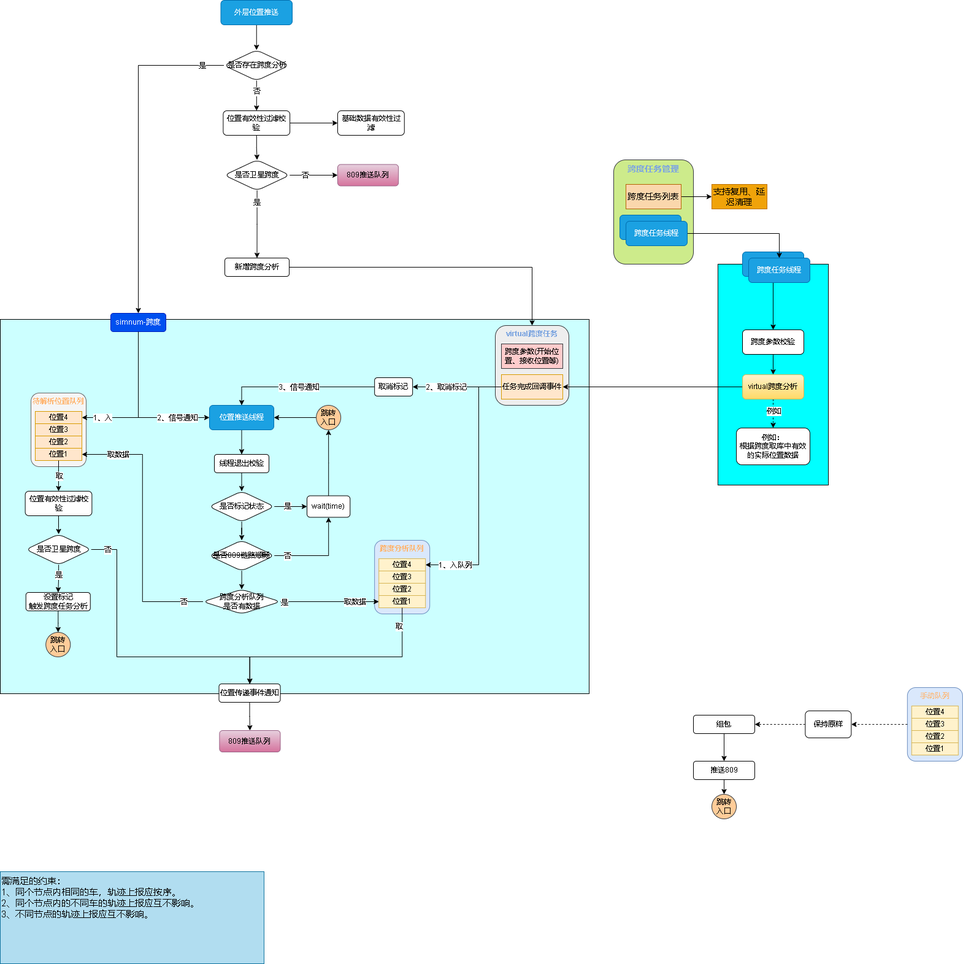
Before: 809数据跨度.drawio.png, a diagram exported from draw.io (xktder/draw). Source tidied: cells renumbered, new cells last; positions are measured from the earlier drawing's top-left corner, leaving out a move shared by most shapes.
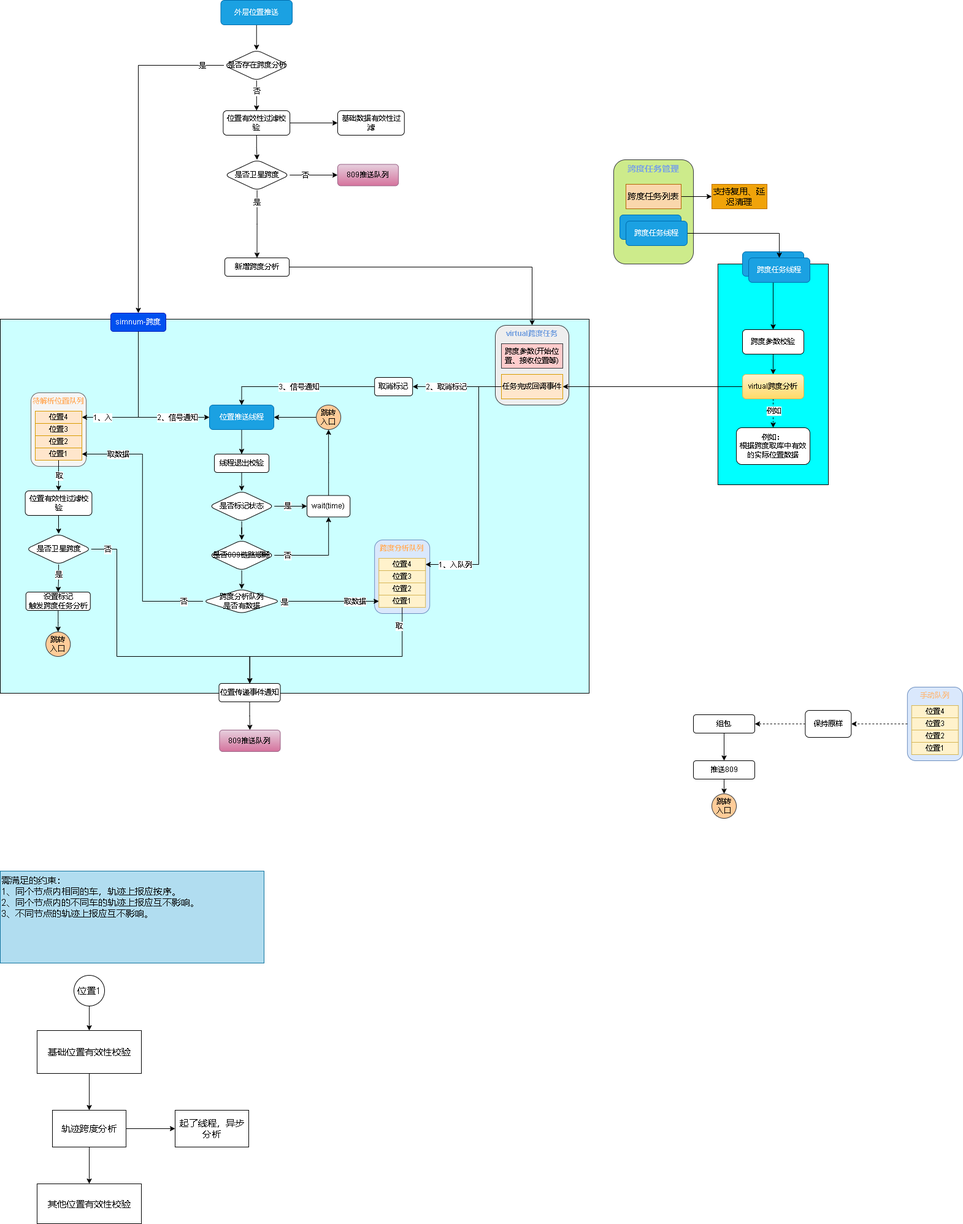
The same diagram one commit later.

Commit message:
更新809数据跨度.drawio.png

What changed in the source:
```diff
@@ -420,5 +420,32 @@
     <mxCell id="122" value="&lt;font style=&quot;font-size: 15px;&quot;&gt;需满足的约束：&lt;br&gt;1、同个节点内相同的车，轨迹上报应按序。&lt;br&gt;2、同个节点内的不同车的轨迹上报应互不影响。&lt;br&gt;3、不同节点的轨迹上报应互不影响。&lt;/font&gt;" style="rounded=0;whiteSpace=wrap;html=1;align=left;verticalAlign=top;fillColor=#b1ddf0;strokeColor=#10739e;" parent="1" vertex="1">
       <mxGeometry y="1420" width="430" height="150" as="geometry" />
     </mxCell>
+    <mxCell id="123" style="edgeStyle=orthogonalEdgeStyle;rounded=0;jettySize=auto;html=1;fontSize=15;" parent="1" edge="1" source="124" target="127">
+      <mxGeometry relative="1" as="geometry" />
+    </mxCell>
+    <mxCell id="124" value="基础位置有效性校验" style="rounded=0;whiteSpace=wrap;html=1;fontSize=15;" parent="1" vertex="1">
+      <mxGeometry x="60" y="1680" width="170" height="70" as="geometry" />
+    </mxCell>
+    <mxCell id="125" style="edgeStyle=orthogonalEdgeStyle;rounded=0;jettySize=auto;html=1;fontSize=15;" parent="1" edge="1" source="127" target="128">
+      <mxGeometry relative="1" as="geometry" />
+    </mxCell>
+    <mxCell id="126" style="edgeStyle=orthogonalEdgeStyle;rounded=0;jettySize=auto;html=1;fontSize=15;" parent="1" edge="1" source="127" target="129">
+      <mxGeometry relative="1" as="geometry" />
+    </mxCell>
+    <mxCell id="127" value="轨迹跨度分析" style="whiteSpace=wrap;html=1;fontSize=15;rounded=0;" parent="1" vertex="1">
+      <mxGeometry x="85" y="1810" width="120" height="60" as="geometry" />
+    </mxCell>
+    <mxCell id="128" value="其他位置有效性校验" style="whiteSpace=wrap;html=1;fontSize=15;rounded=0;" parent="1" vertex="1">
+      <mxGeometry x="60" y="1930" width="170" height="65" as="geometry" />
+    </mxCell>
+    <mxCell id="129" value="起了线程，异步分析" style="whiteSpace=wrap;html=1;fontSize=15;rounded=0;" parent="1" vertex="1">
+      <mxGeometry x="285" y="1810" width="120" height="60" as="geometry" />
+    </mxCell>
+    <mxCell id="130" style="edgeStyle=orthogonalEdgeStyle;rounded=0;jettySize=auto;html=1;fontSize=15;" parent="1" edge="1" source="131" target="124">
+      <mxGeometry relative="1" as="geometry" />
+    </mxCell>
+    <mxCell id="131" value="位置1" style="ellipse;whiteSpace=wrap;html=1;fontSize=15;" parent="1" vertex="1">
+      <mxGeometry x="120" y="1590" width="50" height="50" as="geometry" />
+    </mxCell>
   </root>
 </mxGraphModel>
```
